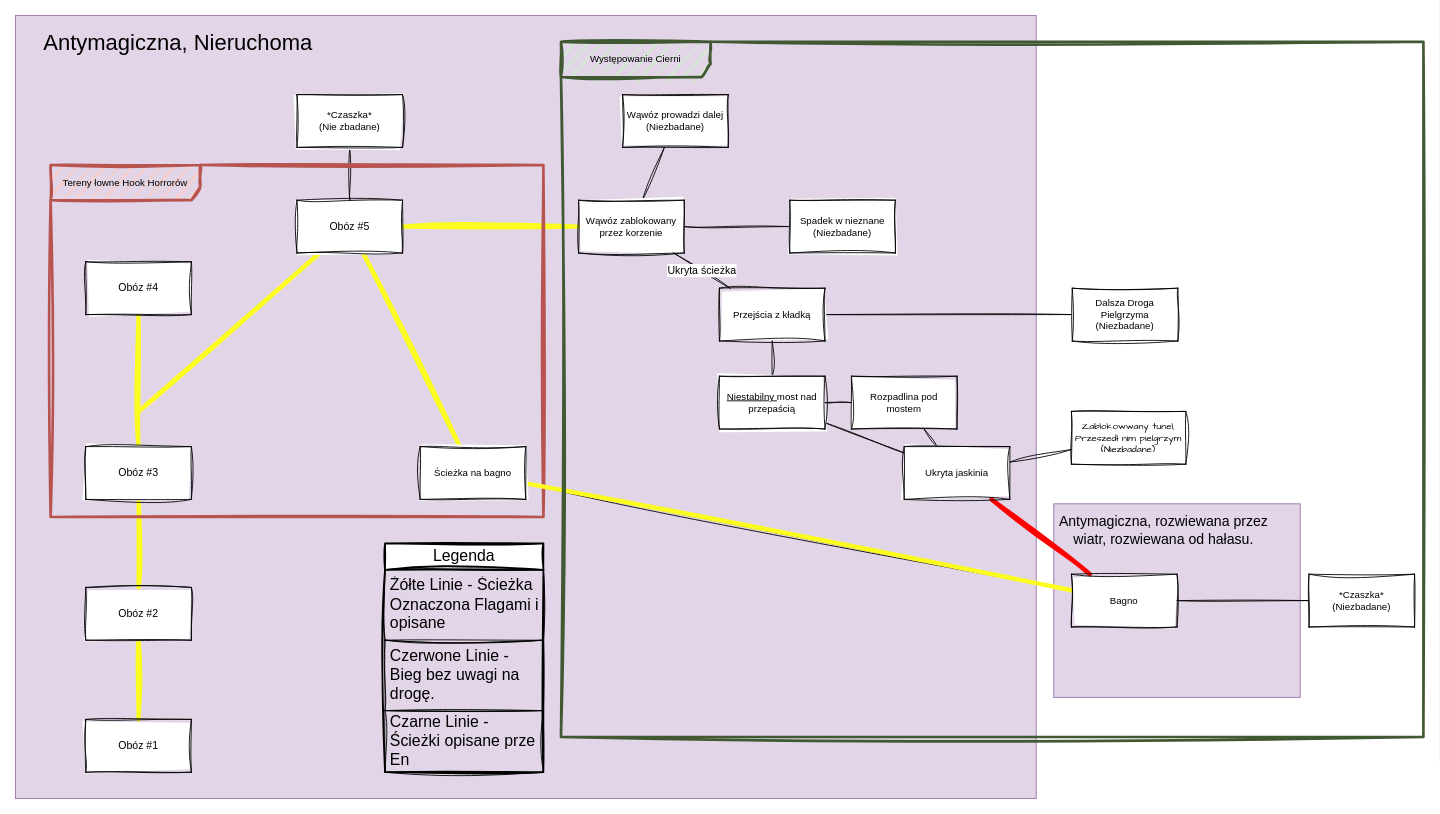
Before: plan.drawio in Gryfin123/diagrams_with_no_context, a draw.io diagram. Source tidied: cells renumbered, new cells numbered last; positions are measured from the earlier drawing's top-left corner, leaving out a move shared by most shapes. Both pictures are drawn from the tidied source at 88%, with x=0, y=0 at pixel (15, 15).
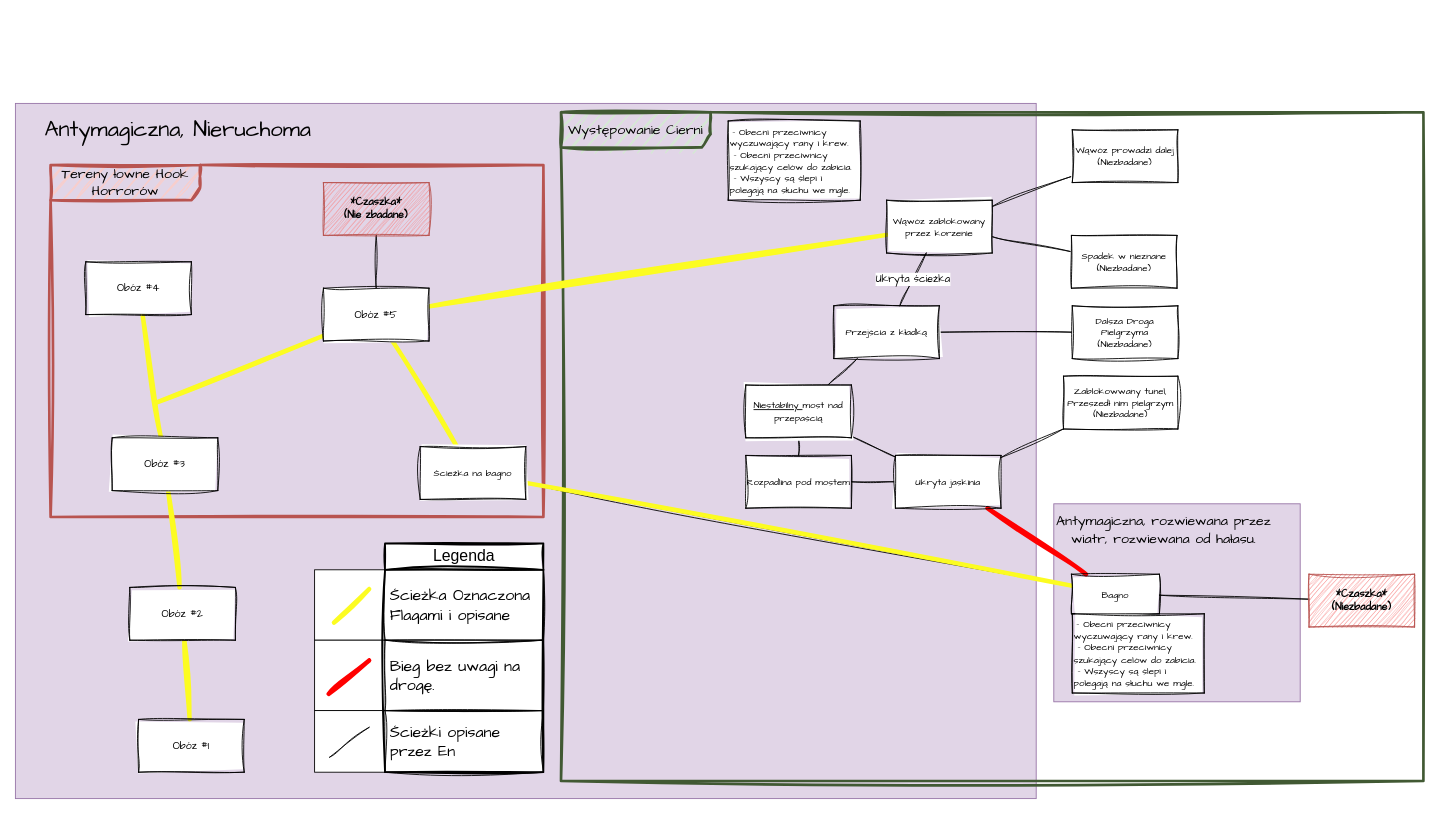
The same page after the edit.

Unchanged cells that the change refers to:
```xml
<mxCell id="43" value="&lt;font style=&quot;font-size: 18px;&quot;&gt;Legenda&lt;/font&gt;" style="swimlane;fontStyle=0;horizontal=1;startSize=30;whiteSpace=wrap;html=1;fontFamily=Helvetica;fontSize=11;fontColor=default;strokeWidth=2;glass=0;swimlaneLine=1;rounded=0;shadow=0;sketch=1;curveFitting=1;jiggle=2;" parent="1" vertex="1">
  <mxGeometry x="420" y="600" width="180" height="260" as="geometry" />
</mxCell>
```

Diff of the diagram source:
```diff
@@
     <mxCell id="2" style="rounded=0;whiteSpace=wrap;html=1;fontFamily=Helvetica;fontSize=11;fillColor=#e1d5e7;strokeColor=#9673a6;" parent="1" vertex="1">
-      <mxGeometry x="1180" y="555" width="280" height="220" as="geometry" />
+      <mxGeometry x="1180" y="555" width="280" height="225" as="geometry" />
     </mxCell>
     <mxCell id="3" style="rounded=0;whiteSpace=wrap;html=1;fontFamily=Helvetica;fontSize=11;fillColor=#e1d5e7;strokeColor=#9673a6;" parent="1" vertex="1">
-      <mxGeometry width="1160" height="890" as="geometry" />
+      <mxGeometry y="100" width="1160" height="790" as="geometry" />
     </mxCell>
+    <mxCell id="16" value="&lt;font face=&quot;Comic Sans MS&quot; style=&quot;font-size: 16px;&quot;&gt;Tereny łowne Hook Horrorów&lt;/font&gt;" style="shape=umlFrame;whiteSpace=wrap;html=1;fontFamily=Helvetica;fontSize=11;width=170;height=40;fillColor=#f8cecc;strokeColor=#b85450;strokeWidth=3;sketch=1;curveFitting=1;jiggle=2;" parent="1" vertex="1">
+      <mxGeometry x="40" y="170" width="560" height="400" as="geometry" />
+    </mxCell>
+    <mxCell id="30" value="&lt;font style=&quot;font-size: 16px;&quot; face=&quot;Comic Sans MS&quot;&gt;Występowanie Cierni&lt;/font&gt;" style="shape=umlFrame;whiteSpace=wrap;html=1;fontFamily=Helvetica;fontSize=11;width=170;height=40;fillColor=#d5e8d4;strokeColor=#415933;strokeWidth=3;sketch=1;curveFitting=1;jiggle=2;" parent="1" vertex="1">
+      <mxGeometry x="620" y="110" width="980" height="760" as="geometry" />
+    </mxCell>
@@
-    <mxCell id="5" value="Obóz #1" style="rounded=0;whiteSpace=wrap;html=1;sketch=1;curveFitting=1;jiggle=2;" parent="1" vertex="1">
-      <mxGeometry x="80" y="800" width="120" height="60" as="geometry" />
+    <mxCell id="5" value="&lt;font face=&quot;Comic Sans MS&quot;&gt;Obóz #1&lt;/font&gt;" style="rounded=0;whiteSpace=wrap;html=1;sketch=1;curveFitting=1;jiggle=2;" parent="1" vertex="1">
+      <mxGeometry x="140" y="800" width="120" height="60" as="geometry" />
     </mxCell>
@@
-    <mxCell id="7" value="Obóz #2" style="rounded=0;whiteSpace=wrap;html=1;sketch=1;curveFitting=1;jiggle=2;" parent="1" vertex="1">
-      <mxGeometry x="80" y="650" width="120" height="60" as="geometry" />
+    <mxCell id="7" value="&lt;font face=&quot;Comic Sans MS&quot;&gt;Obóz #2&lt;/font&gt;" style="rounded=0;whiteSpace=wrap;html=1;sketch=1;curveFitting=1;jiggle=2;" parent="1" vertex="1">
+      <mxGeometry x="130" y="650" width="120" height="60" as="geometry" />
     </mxCell>
@@
-    <mxCell id="9" value="Obóz #3" style="rounded=0;whiteSpace=wrap;html=1;sketch=1;curveFitting=1;jiggle=2;" parent="1" vertex="1">
-      <mxGeometry x="80" y="490" width="120" height="60" as="geometry" />
+    <mxCell id="9" value="&lt;font face=&quot;Comic Sans MS&quot;&gt;Obóz #3&lt;/font&gt;" style="rounded=0;whiteSpace=wrap;html=1;sketch=1;curveFitting=1;jiggle=2;" parent="1" vertex="1">
+      <mxGeometry x="110" y="480" width="120" height="60" as="geometry" />
     </mxCell>
     <mxCell id="10" style="edgeStyle=none;shape=connector;curved=0;rounded=0;jettySize=auto;html=1;labelBackgroundColor=default;strokeColor=#FCFC21;align=center;verticalAlign=middle;fontFamily=Helvetica;fontSize=11;fontColor=default;endArrow=none;endFill=0;strokeWidth=5;sketch=1;curveFitting=1;jiggle=2;" parent="1" edge="1" target="15">
       <mxGeometry relative="1" as="geometry">
-        <mxPoint x="140" y="450" as="sourcePoint" />
+        <mxPoint x="160" y="440" as="sourcePoint" />
       </mxGeometry>
     </mxCell>
-    <mxCell id="11" value="Obóz #4" style="rounded=0;whiteSpace=wrap;html=1;sketch=1;curveFitting=1;jiggle=2;" parent="1" vertex="1">
+    <mxCell id="11" value="&lt;font face=&quot;Comic Sans MS&quot;&gt;Obóz #4&lt;/font&gt;" style="rounded=0;whiteSpace=wrap;html=1;sketch=1;curveFitting=1;jiggle=2;" parent="1" vertex="1">
       <mxGeometry x="80" y="280" width="120" height="60" as="geometry" />
     </mxCell>
@@
-    <mxCell id="15" value="Obóz #5" style="rounded=0;whiteSpace=wrap;html=1;sketch=1;curveFitting=1;jiggle=2;" parent="1" vertex="1">
-      <mxGeometry x="320" y="210" width="120" height="60" as="geometry" />
+    <mxCell id="15" value="&lt;font face=&quot;Comic Sans MS&quot;&gt;Obóz #5&lt;/font&gt;" style="rounded=0;whiteSpace=wrap;html=1;sketch=1;curveFitting=1;jiggle=2;" parent="1" vertex="1">
+      <mxGeometry x="350" y="310" width="120" height="60" as="geometry" />
     </mxCell>
-    <mxCell id="16" value="Tereny łowne Hook Horrorów" style="shape=umlFrame;whiteSpace=wrap;html=1;fontFamily=Helvetica;fontSize=11;width=170;height=40;fillColor=#f8cecc;strokeColor=#b85450;strokeWidth=3;sketch=1;curveFitting=1;jiggle=2;" parent="1" vertex="1">
-      <mxGeometry x="40" y="170" width="560" height="400" as="geometry" />
-    </mxCell>
-    <mxCell id="17" value="*Czaszka*&lt;br&gt;(Nie zbadane)" style="rounded=0;whiteSpace=wrap;html=1;fontFamily=Helvetica;fontSize=11;fontColor=default;sketch=1;curveFitting=1;jiggle=2;" parent="1" vertex="1">
-      <mxGeometry x="320" y="90" width="120" height="60" as="geometry" />
+    <mxCell id="17" value="&lt;font style=&quot;font-size: 12px;&quot; face=&quot;Comic Sans MS&quot;&gt;&lt;b&gt;*Czaszka*&lt;br&gt;(Nie zbadane)&lt;/b&gt;&lt;/font&gt;" style="rounded=0;whiteSpace=wrap;html=1;fontFamily=Helvetica;fontSize=11;sketch=1;curveFitting=1;jiggle=2;fillColor=#F88888;strokeColor=#b85450;" parent="1" vertex="1">
+      <mxGeometry x="350" y="190" width="120" height="60" as="geometry" />
     </mxCell>
@@
-    <mxCell id="21" value="Wąwóz zablokowany przez korzenie" style="rounded=0;whiteSpace=wrap;html=1;fontFamily=Helvetica;fontSize=11;fontColor=default;sketch=1;curveFitting=1;jiggle=2;" parent="1" vertex="1">
-      <mxGeometry x="640" y="210" width="120" height="60" as="geometry" />
+    <mxCell id="21" value="&lt;font face=&quot;Comic Sans MS&quot;&gt;Wąwóz zablokowany przez korzenie&lt;/font&gt;" style="rounded=0;whiteSpace=wrap;html=1;fontFamily=Helvetica;fontSize=11;fontColor=default;sketch=1;curveFitting=1;jiggle=2;" parent="1" vertex="1">
+      <mxGeometry x="990" y="210" width="120" height="60" as="geometry" />
     </mxCell>
@@
-    <mxCell id="24" value="Ścieżka na bagno" style="rounded=0;whiteSpace=wrap;html=1;fontFamily=Helvetica;fontSize=11;fontColor=default;sketch=1;curveFitting=1;jiggle=2;" parent="1" vertex="1">
+    <mxCell id="24" value="&lt;font face=&quot;Comic Sans MS&quot;&gt;Ścieżka na bagno&lt;/font&gt;" style="rounded=0;whiteSpace=wrap;html=1;fontFamily=Helvetica;fontSize=11;fontColor=default;sketch=1;curveFitting=1;jiggle=2;" parent="1" vertex="1">
       <mxGeometry x="460" y="490" width="120" height="60" as="geometry" />
     </mxCell>
-    <mxCell id="25" value="Wąwóz prowadzi dalej&lt;br&gt;(Niezbadane)" style="rounded=0;whiteSpace=wrap;html=1;fontFamily=Helvetica;fontSize=11;fontColor=default;sketch=1;curveFitting=1;jiggle=2;" parent="1" vertex="1">
-      <mxGeometry x="690" y="90" width="120" height="60" as="geometry" />
+    <mxCell id="25" value="&lt;font face=&quot;Comic Sans MS&quot;&gt;Wąwóz prowadzi dalej&lt;br&gt;(Niezbadane)&lt;/font&gt;" style="rounded=0;whiteSpace=wrap;html=1;fontFamily=Helvetica;fontSize=11;fontColor=default;sketch=1;curveFitting=1;jiggle=2;" parent="1" vertex="1">
+      <mxGeometry x="1201" y="130" width="120" height="60" as="geometry" />
     </mxCell>
-    <mxCell id="26" value="Spadek w nieznane&lt;br&gt;(Niezbadane)" style="rounded=0;whiteSpace=wrap;html=1;fontFamily=Helvetica;fontSize=11;fontColor=default;sketch=1;curveFitting=1;jiggle=2;" parent="1" vertex="1">
-      <mxGeometry x="880" y="210" width="120" height="60" as="geometry" />
+    <mxCell id="26" value="&lt;font face=&quot;Comic Sans MS&quot;&gt;Spadek w nieznane&lt;br&gt;(Niezbadane)&lt;/font&gt;" style="rounded=0;whiteSpace=wrap;html=1;fontFamily=Helvetica;fontSize=11;fontColor=default;sketch=1;curveFitting=1;jiggle=2;" parent="1" vertex="1">
+      <mxGeometry x="1200" y="250" width="120" height="60" as="geometry" />
     </mxCell>
@@
-    <mxCell id="29" value="Bagno" style="rounded=0;whiteSpace=wrap;html=1;fontFamily=Helvetica;fontSize=11;fontColor=default;sketch=1;curveFitting=1;jiggle=2;" parent="1" vertex="1">
-      <mxGeometry x="1200" y="635" width="120" height="60" as="geometry" />
+    <mxCell id="29" value="&lt;font face=&quot;Comic Sans MS&quot;&gt;Bagno&lt;/font&gt;" style="rounded=0;whiteSpace=wrap;html=1;fontFamily=Helvetica;fontSize=11;fontColor=default;sketch=1;curveFitting=1;jiggle=2;" parent="1" vertex="1">
+      <mxGeometry x="1200" y="635" width="100" height="45" as="geometry" />
     </mxCell>
-    <mxCell id="30" value="Występowanie Cierni" style="shape=umlFrame;whiteSpace=wrap;html=1;fontFamily=Helvetica;fontSize=11;width=170;height=40;fillColor=#d5e8d4;strokeColor=#415933;strokeWidth=3;sketch=1;curveFitting=1;jiggle=2;" parent="1" vertex="1">
-      <mxGeometry x="620" y="30" width="980" height="790" as="geometry" />
-    </mxCell>
-    <mxCell id="31" value="*Czaszka*&lt;br&gt;(Niezbadane)" style="rounded=0;whiteSpace=wrap;html=1;fontFamily=Helvetica;fontSize=11;fontColor=default;sketch=1;curveFitting=1;jiggle=2;" parent="1" vertex="1">
+    <mxCell id="31" value="&lt;font face=&quot;Comic Sans MS&quot; style=&quot;font-size: 12px;&quot;&gt;&lt;b&gt;*Czaszka*&lt;br&gt;(Niezbadane)&lt;/b&gt;&lt;/font&gt;" style="rounded=0;whiteSpace=wrap;html=1;fontFamily=Helvetica;fontSize=11;sketch=1;curveFitting=1;jiggle=2;fillColor=#F88888;strokeColor=#b85450;" parent="1" vertex="1">
       <mxGeometry x="1470" y="635" width="120" height="60" as="geometry" />
     </mxCell>
-    <mxCell id="32" value="&lt;font style=&quot;font-size: 25px;&quot;&gt;Antymagiczna, Nieruchoma&lt;br&gt;&lt;/font&gt;" style="text;html=1;strokeColor=none;fillColor=none;align=center;verticalAlign=middle;whiteSpace=wrap;rounded=0;fontSize=11;fontFamily=Helvetica;fontColor=default;strokeWidth=4;" parent="1" vertex="1">
-      <mxGeometry width="370" height="60" as="geometry" />
+    <mxCell id="32" value="&lt;font face=&quot;Comic Sans MS&quot; style=&quot;font-size: 25px;&quot;&gt;Antymagiczna, Nieruchoma&lt;br&gt;&lt;/font&gt;" style="text;html=1;strokeColor=none;fillColor=none;align=center;verticalAlign=middle;whiteSpace=wrap;rounded=0;fontSize=11;fontFamily=Helvetica;fontColor=default;strokeWidth=4;" parent="1" vertex="1">
+      <mxGeometry y="100" width="370" height="60" as="geometry" />
     </mxCell>
-    <mxCell id="33" value="&lt;font style=&quot;font-size: 16px;&quot;&gt;Antymagiczna, rozwiewana przez wiatr, rozwiewana od hałasu.&lt;br&gt;&lt;/font&gt;" style="text;html=1;strokeColor=none;fillColor=none;align=center;verticalAlign=middle;whiteSpace=wrap;rounded=0;fontSize=11;fontFamily=Helvetica;fontColor=default;strokeWidth=4;sketch=1;curveFitting=1;jiggle=2;" parent="1" vertex="1">
+    <mxCell id="33" value="&lt;font face=&quot;Comic Sans MS&quot; style=&quot;font-size: 16px;&quot;&gt;Antymagiczna, rozwiewana przez wiatr, rozwiewana od hałasu.&lt;br&gt;&lt;/font&gt;" style="text;html=1;strokeColor=none;fillColor=none;align=center;verticalAlign=middle;whiteSpace=wrap;rounded=0;fontSize=11;fontFamily=Helvetica;fontColor=default;strokeWidth=4;sketch=1;curveFitting=1;jiggle=2;" parent="1" vertex="1">
       <mxGeometry x="1180" y="555" width="250" height="60" as="geometry" />
     </mxCell>
@@
-    <mxCell id="37" value="Ukryta jaskinia" style="rounded=0;whiteSpace=wrap;html=1;fontFamily=Helvetica;fontSize=11;fontColor=default;sketch=1;curveFitting=1;jiggle=2;" parent="1" vertex="1">
-      <mxGeometry x="1010" y="490" width="120" height="60" as="geometry" />
+    <mxCell id="37" value="&lt;font face=&quot;Comic Sans MS&quot;&gt;Ukryta jaskinia&lt;/font&gt;" style="rounded=0;whiteSpace=wrap;html=1;fontFamily=Helvetica;fontSize=11;fontColor=default;sketch=1;curveFitting=1;jiggle=2;" parent="1" vertex="1">
+      <mxGeometry x="1000" y="500" width="120" height="60" as="geometry" />
     </mxCell>
     <mxCell id="38" value="&lt;font face=&quot;Comic Sans MS&quot;&gt;Zablokowwany tunel,&lt;br&gt;Przeszedł nim pielgrzym&lt;br&gt;(Niezbadane)&lt;/font&gt;" style="rounded=0;whiteSpace=wrap;html=1;fontFamily=Helvetica;fontSize=11;fontColor=default;sketch=1;curveFitting=1;jiggle=2;" parent="1" vertex="1">
-      <mxGeometry x="1200" y="450" width="130" height="60" as="geometry" />
+      <mxGeometry x="1191" y="410" width="130" height="60" as="geometry" />
     </mxCell>
@@
-    <mxCell id="40" value="&lt;font style=&quot;font-size: 12px;&quot;&gt;Ukryta ścieżka&lt;br&gt;&lt;/font&gt;" style="edgeStyle=none;shape=connector;curved=0;rounded=0;jettySize=auto;html=1;labelBackgroundColor=default;strokeColor=default;align=center;verticalAlign=middle;fontFamily=Helvetica;fontSize=11;fontColor=default;endArrow=none;endFill=0;sketch=1;curveFitting=1;jiggle=2;" parent="1" edge="1" source="48" target="21">
+    <mxCell id="40" value="&lt;font face=&quot;Comic Sans MS&quot; style=&quot;font-size: 12px;&quot;&gt;Ukryta ścieżka&lt;br&gt;&lt;/font&gt;" style="edgeStyle=none;shape=connector;curved=0;rounded=0;jettySize=auto;html=1;labelBackgroundColor=default;strokeColor=default;align=center;verticalAlign=middle;fontFamily=Helvetica;fontSize=11;fontColor=default;endArrow=none;endFill=0;sketch=1;curveFitting=1;jiggle=2;" parent="1" edge="1" source="48" target="21">
       <mxGeometry relative="1" as="geometry" />
     </mxCell>
-    <mxCell id="41" value="&lt;u&gt;Niestabilny &lt;/u&gt;most nad przepaścią" style="rounded=0;whiteSpace=wrap;html=1;fontFamily=Helvetica;fontSize=11;fontColor=default;sketch=1;curveFitting=1;jiggle=2;" parent="1" vertex="1">
-      <mxGeometry x="800" y="410" width="120" height="60" as="geometry" />
+    <mxCell id="41" value="&lt;font face=&quot;Comic Sans MS&quot;&gt;&lt;u&gt;Niestabilny &lt;/u&gt;most nad przepaścią&lt;/font&gt;" style="rounded=0;whiteSpace=wrap;html=1;fontFamily=Helvetica;fontSize=11;fontColor=default;sketch=1;curveFitting=1;jiggle=2;" parent="1" vertex="1">
+      <mxGeometry x="830" y="420" width="120" height="60" as="geometry" />
     </mxCell>
-    <mxCell id="42" value="Rozpadlina pod mostem" style="rounded=0;whiteSpace=wrap;html=1;fontFamily=Helvetica;fontSize=11;fontColor=default;sketch=1;curveFitting=1;jiggle=2;" parent="1" vertex="1">
-      <mxGeometry x="950" y="410" width="120" height="60" as="geometry" />
+    <mxCell id="42" value="&lt;font face=&quot;Comic Sans MS&quot;&gt;Rozpadlina pod mostem&lt;/font&gt;" style="rounded=0;whiteSpace=wrap;html=1;fontFamily=Helvetica;fontSize=11;fontColor=default;sketch=1;curveFitting=1;jiggle=2;" parent="1" vertex="1">
+      <mxGeometry x="830" y="500" width="120" height="60" as="geometry" />
     </mxCell>
+    <mxCell id="50" style="rounded=0;whiteSpace=wrap;html=1;" parent="1" vertex="1">
+      <mxGeometry x="340" y="630" width="260" height="80" as="geometry" />
+    </mxCell>
+    <mxCell id="51" style="rounded=0;whiteSpace=wrap;html=1;" parent="1" vertex="1">
+      <mxGeometry x="340" y="710" width="260" height="80" as="geometry" />
+    </mxCell>
+    <mxCell id="47" style="edgeStyle=none;shape=connector;curved=0;rounded=0;jettySize=auto;html=1;labelBackgroundColor=default;strokeColor=default;align=center;verticalAlign=middle;fontFamily=Helvetica;fontSize=11;fontColor=default;endArrow=none;endFill=0;sketch=1;curveFitting=1;jiggle=2;" parent="1" edge="1" source="48" target="49">
+      <mxGeometry relative="1" as="geometry" />
+    </mxCell>
+    <mxCell id="48" value="&lt;font face=&quot;Comic Sans MS&quot;&gt;Przejścia z kładką&lt;/font&gt;" style="rounded=0;whiteSpace=wrap;html=1;fontFamily=Helvetica;fontSize=11;fontColor=default;sketch=1;curveFitting=1;jiggle=2;" parent="1" vertex="1">
+      <mxGeometry x="930" y="330" width="120" height="60" as="geometry" />
+    </mxCell>
+    <mxCell id="49" value="&lt;font face=&quot;Comic Sans MS&quot;&gt;Dalsza Droga Pielgrzyma&lt;br&gt;(Niezbadane)&lt;/font&gt;" style="rounded=0;whiteSpace=wrap;html=1;fontFamily=Helvetica;fontSize=11;fontColor=default;sketch=1;curveFitting=1;jiggle=2;" parent="1" vertex="1">
+      <mxGeometry x="1201" y="330" width="120" height="60" as="geometry" />
+    </mxCell>
+    <mxCell id="52" style="edgeStyle=none;shape=connector;curved=0;rounded=0;orthogonalLoop=1;jettySize=auto;html=1;labelBackgroundColor=default;strokeColor=#FCFC21;align=center;verticalAlign=middle;fontFamily=Helvetica;fontSize=11;fontColor=default;endArrow=none;endFill=0;strokeWidth=5;sketch=1;curveFitting=1;jiggle=2;" parent="1" edge="1">
+      <mxGeometry relative="1" as="geometry">
+        <mxPoint x="362" y="690" as="sourcePoint" />
+        <mxPoint x="402" y="652" as="targetPoint" />
+      </mxGeometry>
+    </mxCell>
+    <mxCell id="53" style="rounded=0;whiteSpace=wrap;html=1;" parent="1" vertex="1">
+      <mxGeometry x="340" y="790" width="260" height="70" as="geometry" />
+    </mxCell>
@@
-    <mxCell id="44" value="&lt;font style=&quot;font-size: 18px;&quot;&gt;Żółte Linie - Ścieżka Oznaczona Flagami i opisane&lt;/font&gt;" style="text;strokeColor=default;fillColor=none;align=left;verticalAlign=middle;spacingLeft=4;spacingRight=4;overflow=hidden;whiteSpace=wrap;html=1;fontSize=11;fontFamily=Helvetica;fontColor=default;sketch=1;curveFitting=1;jiggle=2;" parent="43" vertex="1">
+    <mxCell id="44" value="&lt;font face=&quot;Comic Sans MS&quot; style=&quot;font-size: 18px;&quot;&gt;Ścieżka Oznaczona Flagami i opisane&lt;/font&gt;" style="text;strokeColor=default;fillColor=none;align=left;verticalAlign=middle;spacingLeft=4;spacingRight=4;overflow=hidden;whiteSpace=wrap;html=1;fontSize=11;fontFamily=Helvetica;fontColor=default;sketch=1;curveFitting=1;jiggle=2;" parent="43" vertex="1">
       <mxGeometry y="30" width="180" height="80" as="geometry" />
     </mxCell>
-    <mxCell id="45" value="&lt;font style=&quot;font-size: 18px;&quot;&gt;Czerwone Linie - Bieg bez uwagi na drogę.&lt;/font&gt;" style="text;strokeColor=default;fillColor=none;align=left;verticalAlign=middle;spacingLeft=4;spacingRight=4;overflow=hidden;whiteSpace=wrap;html=1;fontSize=11;fontFamily=Helvetica;fontColor=default;sketch=1;curveFitting=1;jiggle=2;" parent="43" vertex="1">
+    <mxCell id="45" value="&lt;font face=&quot;Comic Sans MS&quot; style=&quot;font-size: 18px;&quot;&gt;Bieg bez uwagi na drogę.&lt;/font&gt;" style="text;strokeColor=default;fillColor=none;align=left;verticalAlign=middle;spacingLeft=4;spacingRight=4;overflow=hidden;whiteSpace=wrap;html=1;fontSize=11;fontFamily=Helvetica;fontColor=default;sketch=1;curveFitting=1;jiggle=2;" parent="43" vertex="1">
       <mxGeometry y="110" width="180" height="80" as="geometry" />
     </mxCell>
-    <mxCell id="46" value="&lt;font style=&quot;font-size: 18px;&quot;&gt;Czarne Linie - Ścieżki opisane prze En&lt;/font&gt;" style="text;strokeColor=default;fillColor=none;align=left;verticalAlign=middle;spacingLeft=4;spacingRight=4;overflow=hidden;whiteSpace=wrap;html=1;fontSize=11;fontFamily=Helvetica;fontColor=default;sketch=1;curveFitting=1;jiggle=2;" parent="43" vertex="1">
+    <mxCell id="46" value="&lt;font face=&quot;Comic Sans MS&quot; style=&quot;font-size: 18px;&quot;&gt;Ścieżki opisane przez En&lt;/font&gt;" style="text;strokeColor=default;fillColor=none;align=left;verticalAlign=middle;spacingLeft=4;spacingRight=4;overflow=hidden;whiteSpace=wrap;html=1;fontSize=11;fontFamily=Helvetica;fontColor=default;sketch=1;curveFitting=1;jiggle=2;" parent="43" vertex="1">
       <mxGeometry y="190" width="180" height="70" as="geometry" />
     </mxCell>
-    <mxCell id="47" style="edgeStyle=none;shape=connector;curved=0;rounded=0;jettySize=auto;html=1;labelBackgroundColor=default;strokeColor=default;align=center;verticalAlign=middle;fontFamily=Helvetica;fontSize=11;fontColor=default;endArrow=none;endFill=0;sketch=1;curveFitting=1;jiggle=2;" parent="1" edge="1" source="48" target="49">
-      <mxGeometry relative="1" as="geometry" />
-    </mxCell>
-    <mxCell id="48" value="Przejścia z kładką" style="rounded=0;whiteSpace=wrap;html=1;fontFamily=Helvetica;fontSize=11;fontColor=default;sketch=1;curveFitting=1;jiggle=2;" parent="1" vertex="1">
-      <mxGeometry x="800" y="310" width="120" height="60" as="geometry" />
-    </mxCell>
-    <mxCell id="49" value="Dalsza Droga Pielgrzyma&lt;br&gt;(Niezbadane)" style="rounded=0;whiteSpace=wrap;html=1;fontFamily=Helvetica;fontSize=11;fontColor=default;sketch=1;curveFitting=1;jiggle=2;" parent="1" vertex="1">
-      <mxGeometry x="1201" y="310" width="120" height="60" as="geometry" />
-    </mxCell>
+    <mxCell id="54" style="edgeStyle=none;shape=connector;curved=0;rounded=0;orthogonalLoop=1;jettySize=auto;html=1;labelBackgroundColor=default;strokeColor=#FF0000;align=center;verticalAlign=middle;fontFamily=Helvetica;fontSize=11;fontColor=default;endArrow=none;endFill=0;strokeWidth=5;sketch=1;curveFitting=1;jiggle=2;" parent="1" edge="1">
+      <mxGeometry relative="1" as="geometry">
+        <mxPoint x="356" y="771" as="sourcePoint" />
+        <mxPoint x="402" y="733" as="targetPoint" />
+      </mxGeometry>
+    </mxCell>
+    <mxCell id="55" style="edgeStyle=none;shape=connector;curved=0;rounded=0;orthogonalLoop=1;jettySize=auto;html=1;labelBackgroundColor=default;strokeColor=default;align=center;verticalAlign=middle;fontFamily=Helvetica;fontSize=11;fontColor=default;endArrow=none;endFill=0;sketch=1;curveFitting=1;jiggle=2;" parent="1" edge="1">
+      <mxGeometry relative="1" as="geometry">
+        <mxPoint x="357" y="843" as="sourcePoint" />
+        <mxPoint x="402" y="809" as="targetPoint" />
+      </mxGeometry>
+    </mxCell>
+    <mxCell id="56" value="&lt;div align=&quot;left&quot;&gt;&amp;nbsp;&lt;font face=&quot;Comic Sans MS&quot;&gt;- Obecni przeciwnicy wyczuwający rany i krew.&lt;br&gt;&amp;nbsp;- Obecni przeciwnicy szukający celów do zabicia.&lt;br&gt;&amp;nbsp;- Wszyscy są ślepi i polegają na słuchu we mgle.&lt;/font&gt;&lt;/div&gt;" style="rounded=0;whiteSpace=wrap;html=1;sketch=1;jiggle=2;curveFitting=1;strokeColor=default;align=left;verticalAlign=middle;fontFamily=Helvetica;fontSize=11;fontColor=default;fillColor=default;" parent="1" vertex="1">
+      <mxGeometry x="1201" y="680" width="150" height="90" as="geometry" />
+    </mxCell>
+    <mxCell id="57" value="&lt;div align=&quot;left&quot;&gt;&amp;nbsp;&lt;font face=&quot;Comic Sans MS&quot;&gt;- Obecni przeciwnicy wyczuwający rany i krew.&lt;br&gt;&amp;nbsp;- Obecni przeciwnicy szukający celów do zabicia.&lt;br&gt;&amp;nbsp;- Wszyscy są ślepi i polegają na słuchu we mgle.&lt;/font&gt;&lt;/div&gt;" style="rounded=0;whiteSpace=wrap;html=1;sketch=1;jiggle=2;curveFitting=1;strokeColor=default;align=left;verticalAlign=middle;fontFamily=Helvetica;fontSize=11;fontColor=default;fillColor=default;" parent="1" vertex="1">
+      <mxGeometry x="810" y="120" width="150" height="90" as="geometry" />
+    </mxCell>
```
